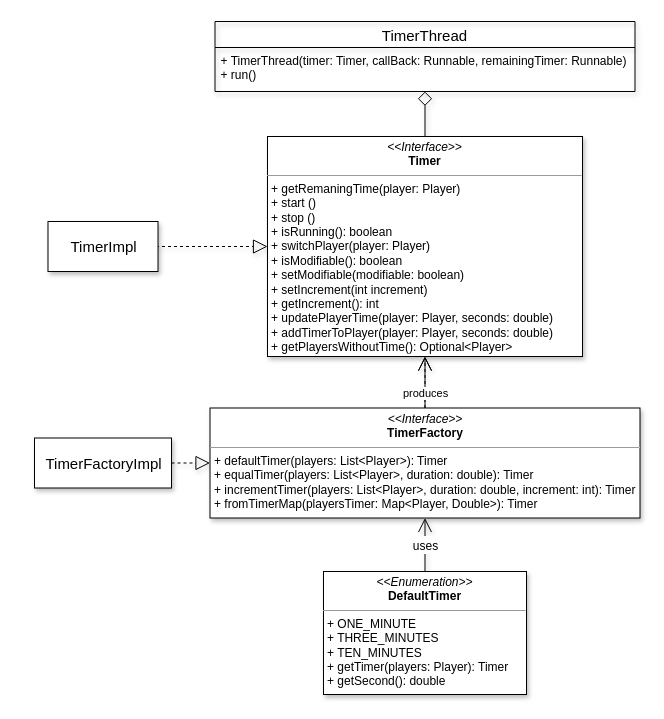
This is page "Timer" (2 of 6) of report/UML TP.drawio from zucchero-sintattico/OOP20-Jhaturanga, a draw.io file, before an edit. Source tidied: cells renumbered, new cells numbered last; positions are measured from the earlier drawing's top-left corner, leaving out a move shared by most shapes. Both pictures are drawn from the tidied source at 100%, with x=0, y=0 at pixel (34, 21).
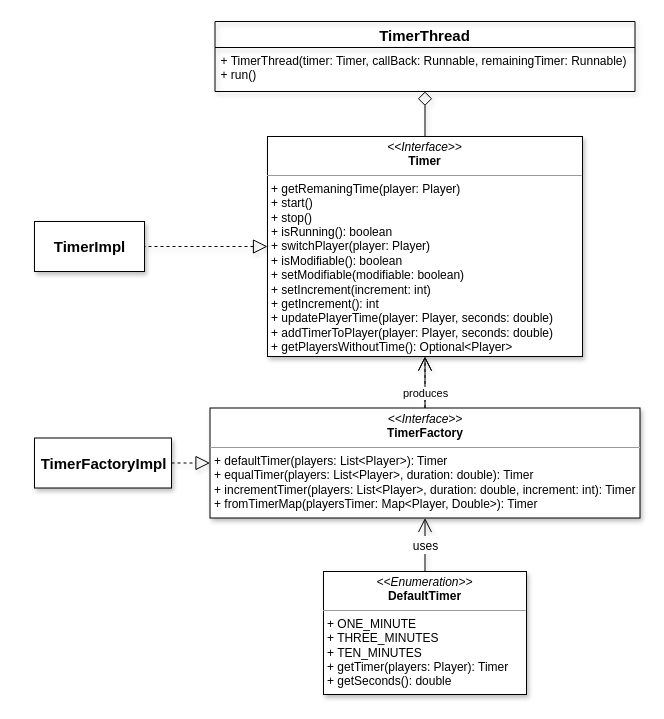
The same diagram, later.

Change to the diagram source:
```diff
@@
 <mxGraphModel>
   <root>
     <mxCell id="0" />
     <mxCell id="1" parent="0" />
     <mxCell id="2" style="edgeStyle=none;rounded=0;jettySize=auto;html=1;exitX=0;exitY=0.5;exitDx=0;exitDy=0;fontSize=15;dashed=1;endArrow=block;endFill=0;entryX=0;entryY=0.5;entryDx=0;entryDy=0;endSize=12;shadow=1;" parent="1" edge="1" source="6" target="5">
       <mxGeometry relative="1" as="geometry" />
     </mxCell>
     <mxCell id="3" style="edgeStyle=none;rounded=0;jettySize=auto;html=1;fontSize=15;endArrow=diamond;endFill=0;endSize=12;startSize=6;shadow=1;" parent="1" edge="1" source="5" target="12">
       <mxGeometry relative="1" as="geometry" />
     </mxCell>
     <mxCell id="4" style="edgeStyle=none;rounded=0;jettySize=auto;html=1;fontSize=15;endArrow=open;endFill=0;dashed=1;shadow=1;endSize=12;entryX=0.5;entryY=1;entryDx=0;entryDy=0;" parent="1" edge="1" source="9" target="5">
       <mxGeometry x="0.03" y="-19" relative="1" as="geometry">
         <mxPoint x="1" as="offset" />
       </mxGeometry>
     </mxCell>
-    <mxCell id="5" value="&lt;p style=&quot;margin: 0px ; margin-top: 4px ; text-align: center&quot;&gt;&lt;i&gt;&amp;lt;&amp;lt;Interface&amp;gt;&amp;gt;&lt;/i&gt;&lt;br&gt;&lt;b&gt;Timer&lt;/b&gt;&lt;/p&gt;&lt;hr size=&quot;1&quot;&gt;&lt;p style=&quot;margin: 0px ; margin-left: 4px&quot;&gt;&lt;/p&gt;&lt;p style=&quot;margin: 0px ; margin-left: 4px&quot;&gt;+ getRemaningTime(player: Player)&lt;/p&gt;&lt;p style=&quot;margin: 0px ; margin-left: 4px&quot;&gt;+ start ()&lt;/p&gt;&lt;p style=&quot;margin: 0px ; margin-left: 4px&quot;&gt;+ stop ()&lt;/p&gt;&lt;p style=&quot;margin: 0px ; margin-left: 4px&quot;&gt;+ isRunning(): boolean&lt;/p&gt;&lt;p style=&quot;margin: 0px ; margin-left: 4px&quot;&gt;+ switchPlayer(player: Player)&lt;/p&gt;&lt;p style=&quot;margin: 0px ; margin-left: 4px&quot;&gt;+ isModifiable(): boolean&lt;/p&gt;&lt;p style=&quot;margin: 0px ; margin-left: 4px&quot;&gt;+ setModifiable(modifiable: boolean)&lt;/p&gt;&lt;p style=&quot;margin: 0px ; margin-left: 4px&quot;&gt;+ setIncrement(int increment)&lt;/p&gt;&lt;p style=&quot;margin: 0px ; margin-left: 4px&quot;&gt;+ getIncrement(): int&lt;/p&gt;&lt;p style=&quot;margin: 0px ; margin-left: 4px&quot;&gt;+ updatePlayerTime(player: Player, seconds: double)&lt;/p&gt;&lt;p style=&quot;margin: 0px ; margin-left: 4px&quot;&gt;+ addTimerToPlayer(player: Player, seconds: double)&lt;/p&gt;&lt;p style=&quot;margin: 0px ; margin-left: 4px&quot;&gt;+ getPlayersWithoutTime(): Optional&amp;lt;Player&amp;gt;&lt;/p&gt;" style="verticalAlign=top;align=left;overflow=fill;fontSize=12;fontFamily=Helvetica;html=1;shadow=1;" parent="1" vertex="1">
+    <mxCell id="5" value="&lt;p style=&quot;margin: 0px ; margin-top: 4px ; text-align: center&quot;&gt;&lt;i&gt;&amp;lt;&amp;lt;Interface&amp;gt;&amp;gt;&lt;/i&gt;&lt;br&gt;&lt;b&gt;Timer&lt;/b&gt;&lt;/p&gt;&lt;hr size=&quot;1&quot;&gt;&lt;p style=&quot;margin: 0px ; margin-left: 4px&quot;&gt;&lt;/p&gt;&lt;p style=&quot;margin: 0px ; margin-left: 4px&quot;&gt;+ getRemaningTime(player: Player)&lt;/p&gt;&lt;p style=&quot;margin: 0px ; margin-left: 4px&quot;&gt;+ start()&lt;/p&gt;&lt;p style=&quot;margin: 0px ; margin-left: 4px&quot;&gt;+ stop()&lt;/p&gt;&lt;p style=&quot;margin: 0px ; margin-left: 4px&quot;&gt;+ isRunning(): boolean&lt;/p&gt;&lt;p style=&quot;margin: 0px ; margin-left: 4px&quot;&gt;+ switchPlayer(player: Player)&lt;/p&gt;&lt;p style=&quot;margin: 0px ; margin-left: 4px&quot;&gt;+ isModifiable(): boolean&lt;/p&gt;&lt;p style=&quot;margin: 0px ; margin-left: 4px&quot;&gt;+ setModifiable(modifiable: boolean)&lt;/p&gt;&lt;p style=&quot;margin: 0px ; margin-left: 4px&quot;&gt;+ setIncrement(increment: int)&lt;/p&gt;&lt;p style=&quot;margin: 0px ; margin-left: 4px&quot;&gt;+ getIncrement(): int&lt;/p&gt;&lt;p style=&quot;margin: 0px ; margin-left: 4px&quot;&gt;+ updatePlayerTime(player: Player, seconds: double)&lt;/p&gt;&lt;p style=&quot;margin: 0px ; margin-left: 4px&quot;&gt;+ addTimerToPlayer(player: Player, seconds: double)&lt;/p&gt;&lt;p style=&quot;margin: 0px ; margin-left: 4px&quot;&gt;+ getPlayersWithoutTime(): Optional&amp;lt;Player&amp;gt;&lt;/p&gt;" style="verticalAlign=top;align=left;overflow=fill;fontSize=12;fontFamily=Helvetica;html=1;shadow=1;" parent="1" vertex="1">
       <mxGeometry x="233" y="115" width="315" height="220" as="geometry" />
     </mxCell>
-    <mxCell id="6" value="TimerImpl" style="html=1;fontSize=15;shadow=1;" parent="1" vertex="1">
-      <mxGeometry x="13.5" y="200" width="110" height="50" as="geometry" />
+    <mxCell id="6" value="&lt;b&gt;TimerImpl&lt;/b&gt;" style="html=1;fontSize=15;shadow=1;" parent="1" vertex="1">
+      <mxGeometry y="200" width="110" height="50" as="geometry" />
     </mxCell>
     <mxCell id="7" style="edgeStyle=none;rounded=0;jettySize=auto;html=1;fontSize=15;dashed=1;endArrow=block;endFill=0;endSize=12;entryX=0;entryY=0.5;entryDx=0;entryDy=0;shadow=1;" parent="1" edge="1" source="11" target="9">
       <mxGeometry relative="1" as="geometry" />
     </mxCell>
     <mxCell id="8" value="produces" style="edgeStyle=orthogonalEdgeStyle;rounded=0;jettySize=auto;html=1;endArrow=open;endFill=0;endSize=12;" parent="1" edge="1" source="9" target="5">
       <mxGeometry x="-0.36" relative="1" as="geometry">
         <mxPoint y="1" as="offset" />
       </mxGeometry>
     </mxCell>
     <mxCell id="9" value="&lt;p style=&quot;margin: 0px ; margin-top: 4px ; text-align: center&quot;&gt;&lt;i&gt;&amp;lt;&amp;lt;Interface&amp;gt;&amp;gt;&lt;/i&gt;&lt;br&gt;&lt;b&gt;TimerFactory&lt;/b&gt;&lt;/p&gt;&lt;hr size=&quot;1&quot;&gt;&lt;p style=&quot;margin: 0px ; margin-left: 4px&quot;&gt;+ defaultTimer(players: List&amp;lt;Player&amp;gt;): Timer&lt;/p&gt;&lt;p style=&quot;margin: 0px ; margin-left: 4px&quot;&gt;+ equalTimer(players: List&amp;lt;Player&amp;gt;, duration: double): Timer&lt;/p&gt;&lt;p style=&quot;margin: 0px ; margin-left: 4px&quot;&gt;+ incrementTimer(players: List&amp;lt;Player&amp;gt;, duration: double, increment: int): Timer&lt;/p&gt;&lt;p style=&quot;margin: 0px ; margin-left: 4px&quot;&gt;+ fromTimerMap(playersTimer: Map&amp;lt;Player, Double&amp;gt;): Timer&lt;/p&gt;&lt;p style=&quot;margin: 0px ; margin-left: 4px&quot;&gt;&lt;br&gt;&lt;/p&gt;" style="verticalAlign=top;align=left;overflow=fill;fontSize=12;fontFamily=Helvetica;html=1;shadow=1;" parent="1" vertex="1">
       <mxGeometry x="175.5" y="386.5" width="430" height="110" as="geometry" />
     </mxCell>
     <mxCell id="10" style="edgeStyle=none;rounded=0;orthogonalLoop=1;jettySize=auto;html=1;exitX=0.5;exitY=1;exitDx=0;exitDy=0;fontSize=15;shadow=1;" parent="1" edge="1" source="9" target="9">
       <mxGeometry relative="1" as="geometry" />
     </mxCell>
-    <mxCell id="11" value="TimerFactoryImpl" style="html=1;fontSize=15;shadow=1;" parent="1" vertex="1">
+    <mxCell id="11" value="&lt;b&gt;TimerFactoryImpl&lt;/b&gt;" style="html=1;fontSize=15;shadow=1;" parent="1" vertex="1">
       <mxGeometry y="416.5" width="137" height="50" as="geometry" />
     </mxCell>
-    <mxCell id="12" value="TimerThread" style="swimlane;fontStyle=0;horizontal=1;startSize=26;fillColor=none;fontSize=15;shadow=1;" parent="1" vertex="1">
+    <mxCell id="12" value="TimerThread" style="swimlane;fontStyle=1;horizontal=1;startSize=26;fillColor=none;fontSize=15;shadow=1;" parent="1" vertex="1">
       <mxGeometry x="180.5" width="420" height="70" as="geometry" />
     </mxCell>
     <mxCell id="13" value="+ TimerThread(timer: Timer, callBack: Runnable, remainingTimer: Runnable)&#10;+ run()" style="text;strokeColor=none;fillColor=none;align=left;verticalAlign=top;spacingLeft=4;spacingRight=4;overflow=hidden;shadow=1;" parent="12" vertex="1">
       <mxGeometry y="26" width="420" height="44" as="geometry" />
     </mxCell>
     <mxCell id="14" style="edgeStyle=none;rounded=0;orthogonalLoop=1;jettySize=auto;html=1;exitX=0.5;exitY=1;exitDx=0;exitDy=0;fontSize=15;shadow=1;" parent="1" edge="1" source="9" target="9">
       <mxGeometry relative="1" as="geometry" />
     </mxCell>
     <mxCell id="15" value="&lt;font style=&quot;font-size: 12px&quot;&gt;uses&lt;/font&gt;" style="edgeStyle=none;rounded=0;jettySize=auto;html=1;entryX=0.5;entryY=1;entryDx=0;entryDy=0;startSize=6;endArrow=open;endFill=0;endSize=12;fontSize=15;shadow=1;exitX=0.5;exitY=0;exitDx=0;exitDy=0;" parent="1" edge="1" source="16" target="9">
       <mxGeometry relative="1" as="geometry" />
     </mxCell>
-    <mxCell id="16" value="&lt;p style=&quot;margin: 0px ; margin-top: 4px ; text-align: center&quot;&gt;&lt;i&gt;&amp;lt;&amp;lt;Enumeration&amp;gt;&amp;gt;&lt;/i&gt;&lt;br&gt;&lt;b&gt;DefaultTimer&lt;/b&gt;&lt;/p&gt;&lt;hr size=&quot;1&quot;&gt;&lt;p style=&quot;margin: 0px ; margin-left: 4px&quot;&gt;+ ONE_MINUTE&lt;/p&gt;&lt;p style=&quot;margin: 0px ; margin-left: 4px&quot;&gt;+ THREE_MINUTES&lt;/p&gt;&lt;p style=&quot;margin: 0px ; margin-left: 4px&quot;&gt;+ TEN_MINUTES&lt;/p&gt;&lt;p style=&quot;margin: 0px ; margin-left: 4px&quot;&gt;+ getTimer(players: Player): Timer&lt;br style=&quot;padding: 0px ; margin: 0px&quot;&gt;+ getSecond(): double&lt;br&gt;&lt;/p&gt;" style="verticalAlign=top;align=left;overflow=fill;fontSize=12;fontFamily=Helvetica;html=1;shadow=1;" parent="1" vertex="1">
+    <mxCell id="16" value="&lt;p style=&quot;margin: 0px ; margin-top: 4px ; text-align: center&quot;&gt;&lt;i&gt;&amp;lt;&amp;lt;Enumeration&amp;gt;&amp;gt;&lt;/i&gt;&lt;br&gt;&lt;b&gt;DefaultTimer&lt;/b&gt;&lt;/p&gt;&lt;hr size=&quot;1&quot;&gt;&lt;p style=&quot;margin: 0px ; margin-left: 4px&quot;&gt;+ ONE_MINUTE&lt;/p&gt;&lt;p style=&quot;margin: 0px ; margin-left: 4px&quot;&gt;+ THREE_MINUTES&lt;/p&gt;&lt;p style=&quot;margin: 0px ; margin-left: 4px&quot;&gt;+ TEN_MINUTES&lt;/p&gt;&lt;p style=&quot;margin: 0px ; margin-left: 4px&quot;&gt;+ getTimer(players: Player): Timer&lt;br style=&quot;padding: 0px ; margin: 0px&quot;&gt;+ getSeconds(): double&lt;br&gt;&lt;/p&gt;" style="verticalAlign=top;align=left;overflow=fill;fontSize=12;fontFamily=Helvetica;html=1;shadow=1;" parent="1" vertex="1">
       <mxGeometry x="289" y="550" width="203" height="123" as="geometry" />
     </mxCell>
   </root>
 </mxGraphModel>
```
